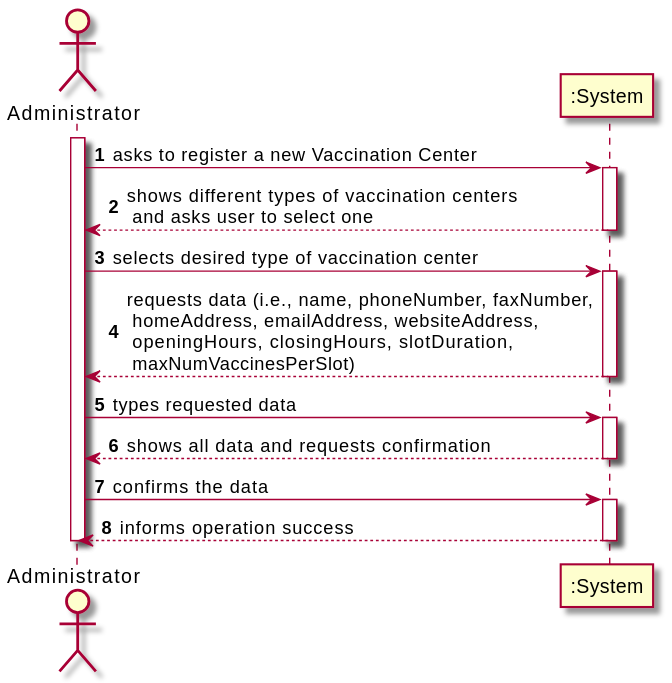
diogonapoles/isep-lapr2 keeps this PlantUML diagram as docs/SprintB/UserStories/US9/US009_SSD.svg. Above is the earlier version.
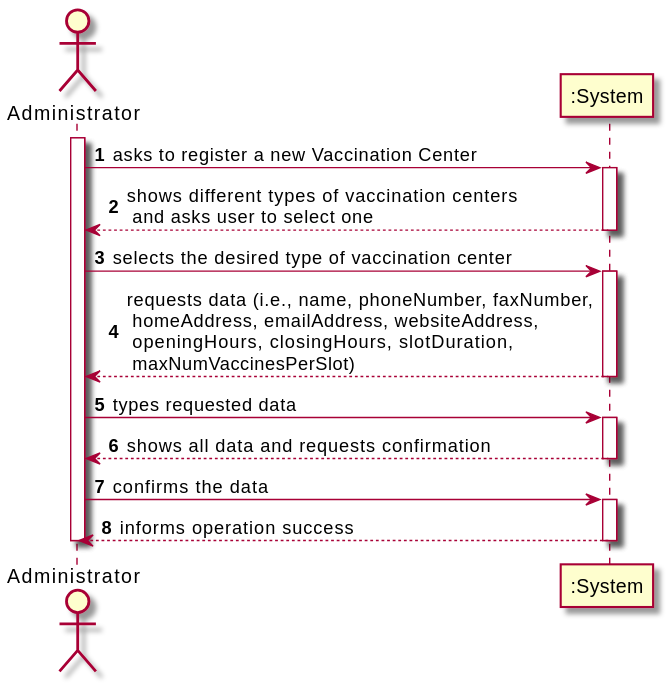
After the change.

Commit message:
SVG Files [Sprint B][Design]

The edit, as a diff of the source:
```diff
@@ -8,7 +8,7 @@
 ":System" --> ADM : shows different types of vaccination centers \n and asks user to select one
 deactivate ":System"
 
-ADM -> ":System" : selects desired type of vaccination center
+ADM -> ":System" : selects the desired type of vaccination center
 activate ":System"
 ":System" --> ADM : requests data (i.e., name, phoneNumber, faxNumber,\n homeAddress, emailAddress, websiteAddress,\n openingHours, closingHours, slotDuration,\n maxNumVaccinesPerSlot)
 deactivate ":System"
```
